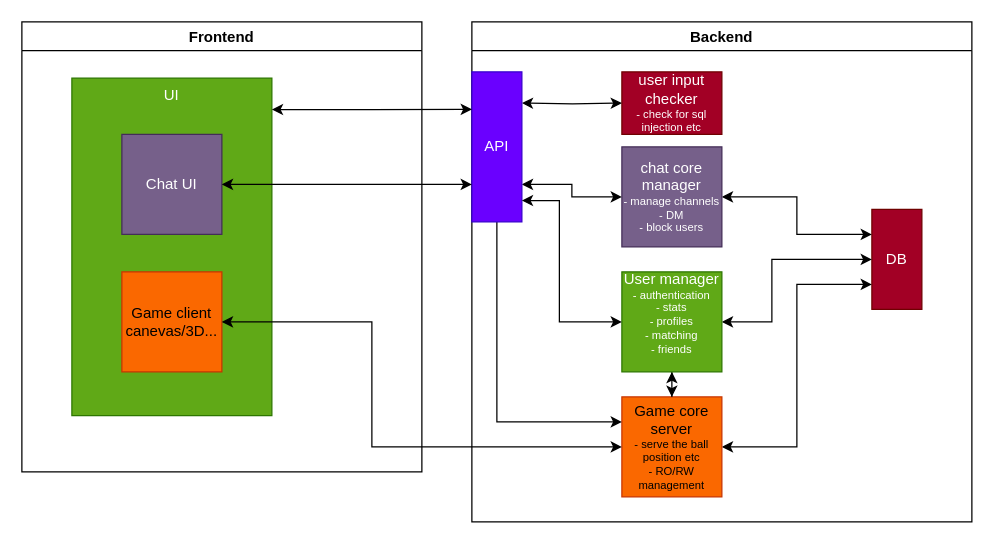
Above: architecture.drawio in frdescam/transcendence (draw.io), before the change. Source tidied: cells renumbered, new cells numbered last; positions are measured from the earlier drawing's top-left corner, leaving out a move shared by most shapes. Both pictures are drawn from the tidied source at 125%, with x=0, y=0 at pixel (21, 21).
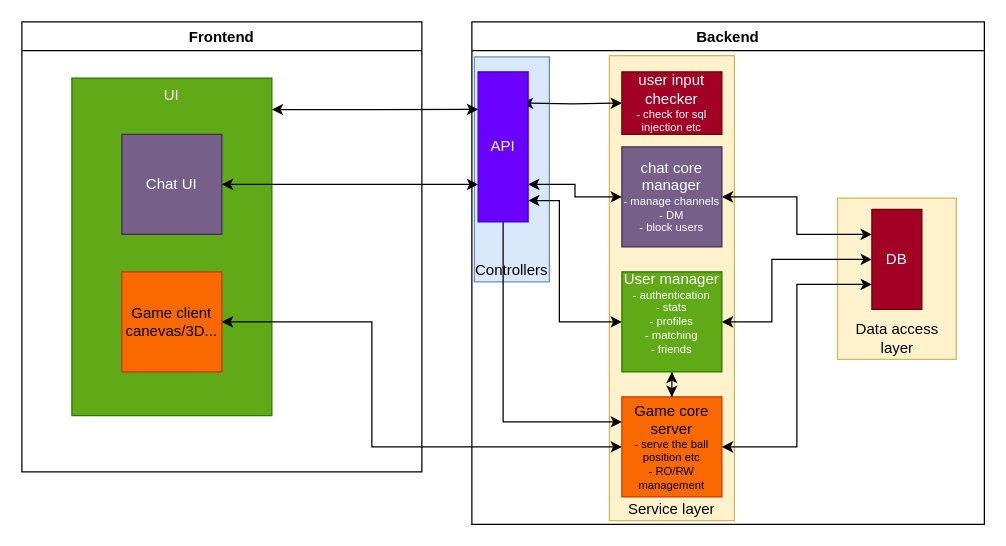
The same page after the edit.

Commit message (it also covers changes not shown here):
add NestJS layers on the architecture graph

The change refers to these unchanged cells:
```xml
<mxCell id="6" value="&lt;div&gt;Game core server&lt;/div&gt;&lt;div style=&quot;font-size: 9px&quot;&gt;- serve the ball position etc&lt;/div&gt;&lt;div style=&quot;font-size: 9px&quot;&gt;- RO/RW management&lt;br&gt;&lt;/div&gt;" style="rounded=0;whiteSpace=wrap;html=1;fillColor=#fa6800;fontColor=#000000;strokeColor=#C73500;" parent="2" vertex="1">
  <mxGeometry x="120" y="300" width="80" height="80" as="geometry" />
</mxCell>
<mxCell id="8" value="&lt;div&gt;chat core manager&lt;/div&gt;&lt;div style=&quot;font-size: 9px&quot;&gt;- manage channels&lt;/div&gt;&lt;div style=&quot;font-size: 9px&quot;&gt;- DM&lt;/div&gt;&lt;div style=&quot;font-size: 9px&quot;&gt;- block users&lt;br&gt;&lt;/div&gt;" style="whiteSpace=wrap;html=1;fillColor=#76608a;fontColor=#ffffff;strokeColor=#432D57;" parent="2" vertex="1">
  <mxGeometry x="120" y="100" width="80" height="80" as="geometry" />
</mxCell>
```

What changed in the source:
```diff
@@
     <mxCell id="2" value="Backend" style="swimlane;" parent="1" vertex="1">
-      <mxGeometry x="360" width="400" height="400" as="geometry" />
+      <mxGeometry x="360" width="410" height="402" as="geometry" />
     </mxCell>
+    <mxCell id="24" value="Service layer" style="rounded=0;whiteSpace=wrap;html=1;fillColor=#fff2cc;strokeColor=#d6b656;verticalAlign=bottom;" parent="2" vertex="1">
+      <mxGeometry x="110" y="27" width="100" height="372" as="geometry" />
+    </mxCell>
@@
+    <mxCell id="25" value="Data access layer" style="rounded=0;whiteSpace=wrap;html=1;fillColor=#fff2cc;strokeColor=#d6b656;verticalAlign=bottom;" parent="2" vertex="1">
+      <mxGeometry x="292.5" y="141" width="95" height="129" as="geometry" />
+    </mxCell>
@@
+    <mxCell id="26" value="Controllers" style="rounded=0;whiteSpace=wrap;html=1;fillColor=#dae8fc;strokeColor=#6c8ebf;verticalAlign=bottom;" parent="2" vertex="1">
+      <mxGeometry x="2" y="28" width="60" height="180" as="geometry" />
+    </mxCell>
@@
+    <mxCell id="14" style="edgeStyle=orthogonalEdgeStyle;rounded=0;jettySize=auto;html=1;startArrow=classic;startFill=1;exitX=1;exitY=0.75;exitDx=0;exitDy=0;" parent="1" edge="1" source="15" target="8">
+      <mxGeometry relative="1" as="geometry" />
+    </mxCell>
-    <mxCell id="13" style="edgeStyle=orthogonalEdgeStyle;rounded=0;jettySize=auto;html=1;" parent="1" edge="1" source="15" target="6">
-      <mxGeometry relative="1" as="geometry">
-        <Array as="points">
-          <mxPoint x="380" y="320" />
-        </Array>
-      </mxGeometry>
+    <mxCell id="13" style="edgeStyle=orthogonalEdgeStyle;rounded=0;jettySize=auto;html=1;exitX=0.5;exitY=1;exitDx=0;exitDy=0;entryX=0;entryY=0.25;entryDx=0;entryDy=0;" parent="1" edge="1" source="15" target="6">
+      <mxGeometry relative="1" as="geometry" />
     </mxCell>
-    <mxCell id="14" style="edgeStyle=orthogonalEdgeStyle;rounded=0;jettySize=auto;html=1;startArrow=classic;startFill=1;exitX=1;exitY=0.75;exitDx=0;exitDy=0;" parent="1" edge="1" source="15" target="8">
-      <mxGeometry relative="1" as="geometry" />
-    </mxCell>
     <mxCell id="15" value="API" style="rounded=0;whiteSpace=wrap;html=1;fillColor=#6a00ff;fontColor=#ffffff;strokeColor=#3700CC;" parent="1" vertex="1">
-      <mxGeometry x="360" y="40" width="40" height="120" as="geometry" />
+      <mxGeometry x="365" y="40" width="40" height="120" as="geometry" />
     </mxCell>
```
